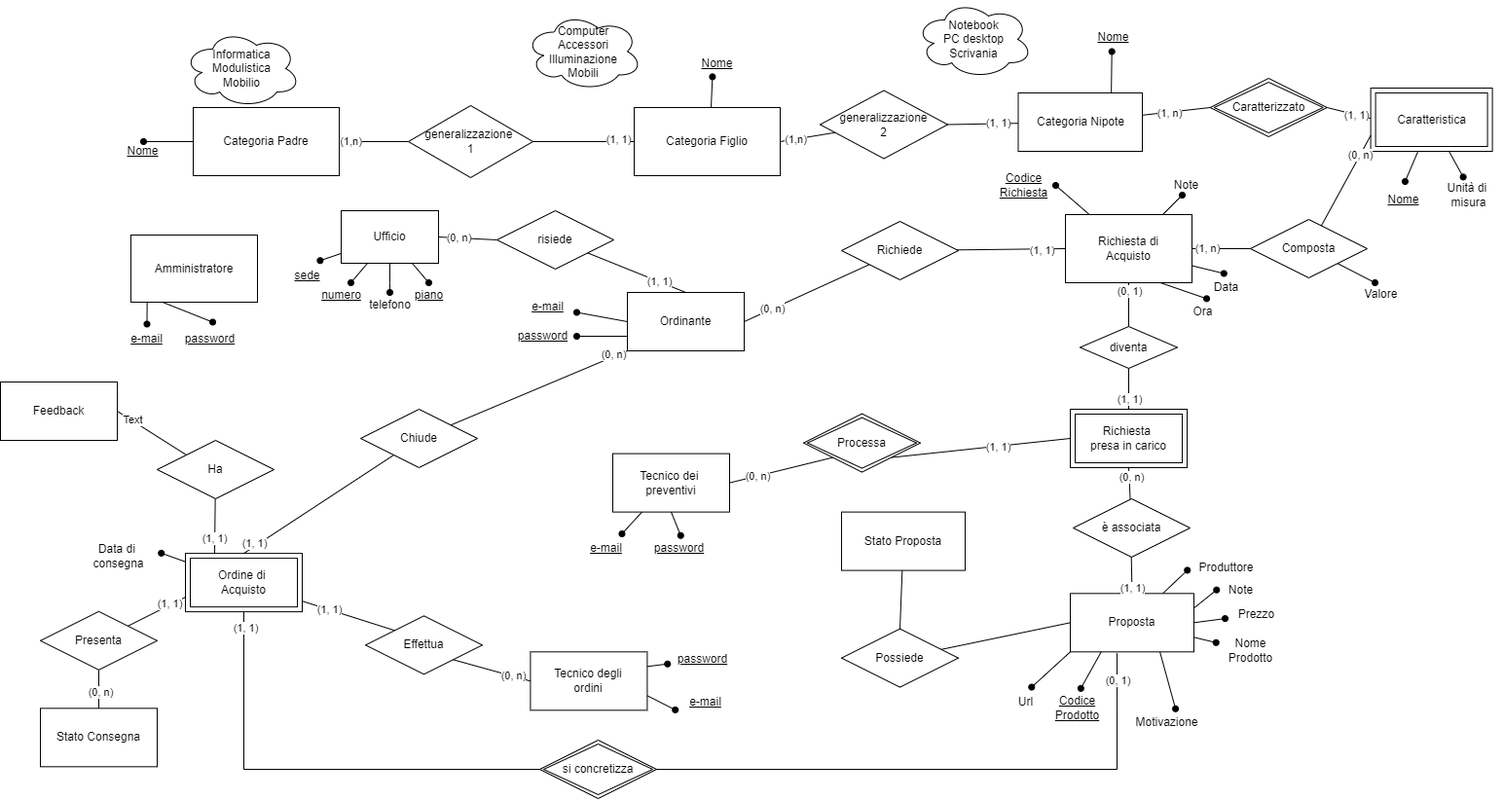
Above: docs/ERR_WE.drawio.png in Mik1810/web_engineering (draw.io), before the change. Source tidied: cells renumbered, new cells last; positions are measured from the earlier drawing's top-left corner, leaving out a move shared by most shapes.
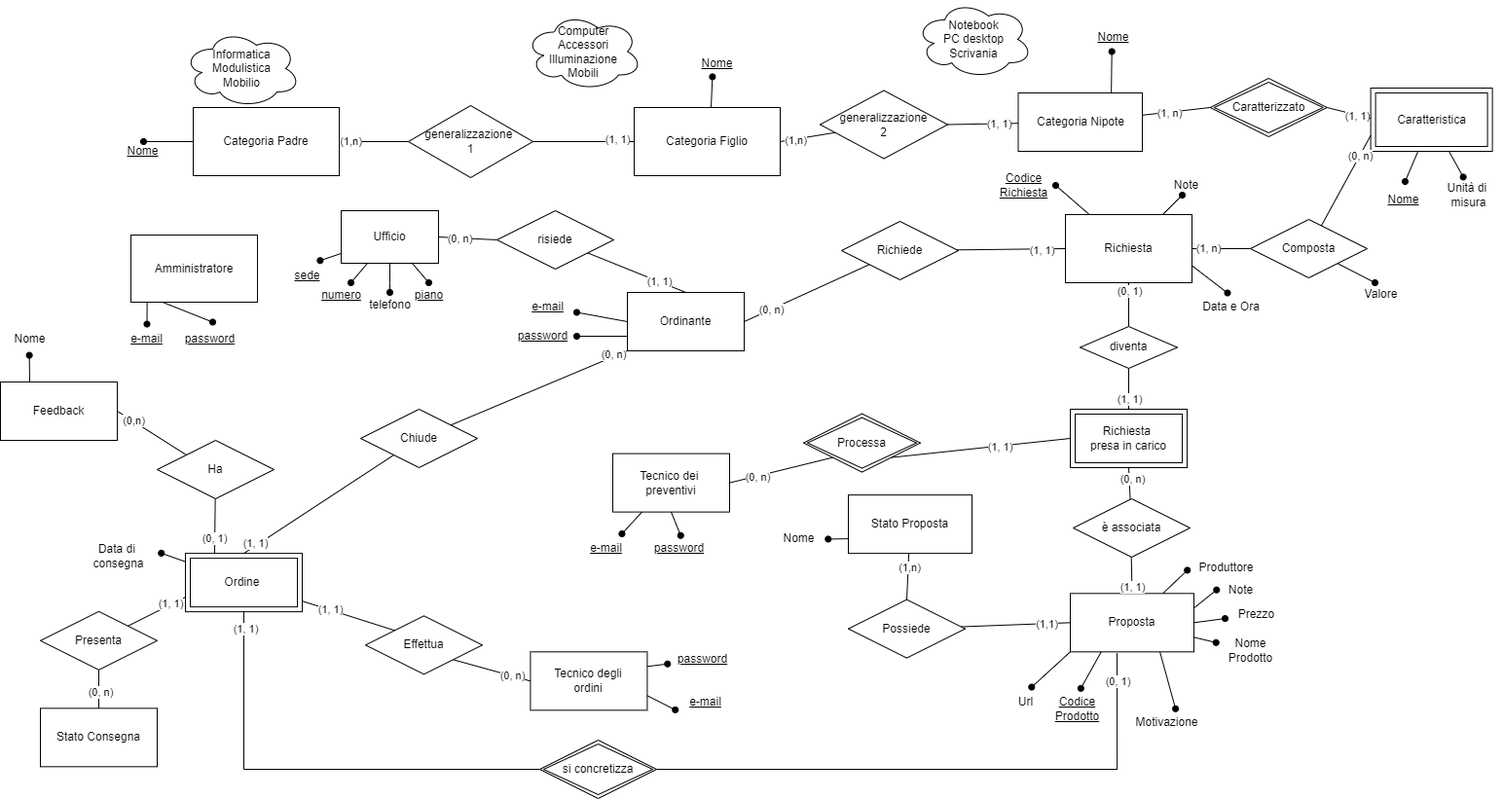
Later version of the same file.

Commit message:
revisione documentazione e diagrammi relazionali

What changed in the source:
```diff
@@ -30,7 +30,7 @@
         <mxPoint x="1084" y="190" as="targetPoint" />
       </mxGeometry>
     </mxCell>
-    <mxCell id="10" value="Richiesta di &lt;br&gt;Acquisto" style="rounded=0;whiteSpace=wrap;html=1;" parent="1" vertex="1">
+    <mxCell id="10" value="Richiesta" style="rounded=0;whiteSpace=wrap;html=1;" parent="1" vertex="1">
       <mxGeometry x="1094" y="220" width="130" height="70" as="geometry" />
     </mxCell>
     <mxCell id="11" value="Informatica&lt;div&gt;Modulistica&lt;/div&gt;&lt;div&gt;Mobilio&lt;/div&gt;" style="ellipse;shape=cloud;whiteSpace=wrap;html=1;" parent="1" vertex="1">
@@ -199,9 +199,6 @@
     <mxCell id="62" style="rounded=0;jettySize=auto;html=1;endArrow=oval;endFill=1;entryX=0.456;entryY=0.017;entryDx=0;entryDy=0;entryPerimeter=0;exitX=1;exitY=0.75;exitDx=0;exitDy=0;" parent="1" edge="1" source="10" target="97">
       <mxGeometry relative="1" as="geometry" />
     </mxCell>
-    <mxCell id="63" style="rounded=0;jettySize=auto;html=1;endArrow=oval;endFill=1;exitX=0.75;exitY=1;exitDx=0;exitDy=0;entryX=0.602;entryY=0.046;entryDx=0;entryDy=0;entryPerimeter=0;" parent="1" edge="1" source="10" target="98">
-      <mxGeometry relative="1" as="geometry" />
-    </mxCell>
     <mxCell id="64" value="Richiesta&amp;nbsp;&lt;div&gt;presa in carico&lt;/div&gt;" style="shape=ext;margin=3;double=1;whiteSpace=wrap;html=1;align=center;" parent="1" vertex="1">
       <mxGeometry x="1099" y="420" width="120" height="60" as="geometry" />
     </mxCell>
@@ -253,7 +250,7 @@
     <mxCell id="80" style="rounded=0;jettySize=auto;html=1;endArrow=oval;endFill=1;entryX=1.053;entryY=0.432;entryDx=0;entryDy=0;entryPerimeter=0;" parent="1" edge="1" source="81" target="100">
       <mxGeometry relative="1" as="geometry" />
     </mxCell>
-    <mxCell id="81" value="Ordine di&amp;nbsp;&lt;br&gt;Acquisto" style="shape=ext;margin=3;double=1;whiteSpace=wrap;html=1;align=center;" parent="1" vertex="1">
+    <mxCell id="81" value="Ordine&amp;nbsp;" style="shape=ext;margin=3;double=1;whiteSpace=wrap;html=1;align=center;" parent="1" vertex="1">
       <mxGeometry x="190" y="568.1" width="120" height="60" as="geometry" />
     </mxCell>
     <mxCell id="82" style="rounded=0;jettySize=auto;html=1;entryX=0;entryY=0.5;entryDx=0;entryDy=0;endArrow=none;endFill=0;exitX=1;exitY=1;exitDx=0;exitDy=0;" parent="1" edge="1" source="84" target="72">
@@ -309,12 +306,9 @@
     <mxCell id="96" value="Processa" style="shape=rhombus;double=1;perimeter=rhombusPerimeter;whiteSpace=wrap;html=1;align=center;" parent="1" vertex="1">
       <mxGeometry x="825" y="424.6" width="120" height="60" as="geometry" />
     </mxCell>
-    <mxCell id="97" value="Data" style="text;html=1;align=center;verticalAlign=middle;points=[];strokeColor=none;fillColor=none;" parent="1" vertex="1">
-      <mxGeometry x="1234" y="280" width="50" height="30" as="geometry" />
+    <mxCell id="97" value="Data e Ora" style="text;html=1;align=center;verticalAlign=middle;points=[];strokeColor=none;fillColor=none;" parent="1" vertex="1">
+      <mxGeometry x="1224" y="300" width="80" height="30" as="geometry" />
     </mxCell>
-    <mxCell id="98" value="Ora" style="text;html=1;align=center;verticalAlign=middle;points=[];strokeColor=none;fillColor=none;" parent="1" vertex="1">
-      <mxGeometry x="1215" y="305" width="40" height="30" as="geometry" />
-    </mxCell>
     <mxCell id="99" value="Notebook&lt;br&gt;PC desktop&lt;div&gt;Scrivania&lt;/div&gt;" style="ellipse;shape=cloud;whiteSpace=wrap;html=1;" parent="1" vertex="1">
       <mxGeometry x="940" width="120" height="80" as="geometry" />
     </mxCell>
@@ -443,7 +437,7 @@
     <mxCell id="138" style="rounded=0;jettySize=auto;html=1;entryX=0;entryY=0;entryDx=0;entryDy=0;endArrow=none;endFill=0;exitX=1;exitY=0.5;exitDx=0;exitDy=0;" parent="1" edge="1" source="140" target="143">
       <mxGeometry relative="1" as="geometry" />
     </mxCell>
-    <mxCell id="139" value="Text" style="edgeLabel;html=1;align=center;verticalAlign=middle;" parent="138" vertex="1">
+    <mxCell id="139" value="(0,n)" style="edgeLabel;html=1;align=center;verticalAlign=middle;" parent="138" vertex="1">
       <mxGeometry x="-0.59" y="1" relative="1" as="geometry" />
     </mxCell>
     <mxCell id="140" value="Feedback" style="rounded=0;whiteSpace=wrap;html=1;" parent="1" vertex="1">
@@ -452,7 +446,7 @@
     <mxCell id="141" style="rounded=0;jettySize=auto;html=1;entryX=0.25;entryY=0;entryDx=0;entryDy=0;endArrow=none;endFill=0;" parent="1" edge="1" source="143" target="81">
       <mxGeometry relative="1" as="geometry" />
     </mxCell>
-    <mxCell id="142" value="(1, 1)" style="edgeLabel;html=1;align=center;verticalAlign=middle;" parent="141" vertex="1">
+    <mxCell id="142" value="(0, 1)" style="edgeLabel;html=1;align=center;verticalAlign=middle;" parent="141" vertex="1">
       <mxGeometry x="0.41" y="-1" relative="1" as="geometry" />
     </mxCell>
     <mxCell id="143" value="Ha" style="shape=rhombus;perimeter=rhombusPerimeter;whiteSpace=wrap;html=1;align=center;" parent="1" vertex="1">
@@ -479,14 +473,32 @@
     <mxCell id="150" style="rounded=0;jettySize=auto;html=1;entryX=0.5;entryY=0;entryDx=0;entryDy=0;endArrow=none;endFill=0;" parent="1" edge="1" source="151" target="153">
       <mxGeometry relative="1" as="geometry" />
     </mxCell>
+    <mxCell id="154" value="(1,n)" style="edgeLabel;html=1;align=center;verticalAlign=middle;" parent="150" vertex="1">
+      <mxGeometry x="-0.47" relative="1" as="geometry" />
+    </mxCell>
     <mxCell id="151" value="Stato Proposta" style="rounded=0;whiteSpace=wrap;html=1;" parent="1" vertex="1">
-      <mxGeometry x="864" y="525.6" width="127" height="60" as="geometry" />
+      <mxGeometry x="871" y="508.1" width="127" height="60" as="geometry" />
     </mxCell>
     <mxCell id="152" style="rounded=0;jettySize=auto;html=1;entryX=0;entryY=0.5;entryDx=0;entryDy=0;endArrow=none;endFill=0;" parent="1" edge="1" source="153" target="32">
       <mxGeometry relative="1" as="geometry" />
     </mxCell>
+    <mxCell id="155" value="(1,1)" style="edgeLabel;html=1;align=center;verticalAlign=middle;" parent="152" vertex="1">
+      <mxGeometry x="0.55" relative="1" as="geometry" />
+    </mxCell>
     <mxCell id="153" value="Possiede" style="shape=rhombus;perimeter=rhombusPerimeter;whiteSpace=wrap;html=1;align=center;" parent="1" vertex="1">
-      <mxGeometry x="864" y="645.6" width="120" height="60" as="geometry" />
+      <mxGeometry x="871" y="615.6" width="120" height="60" as="geometry" />
     </mxCell>
+    <mxCell id="156" value="Nome" style="text;html=1;align=center;verticalAlign=middle;points=[];strokeColor=none;fillColor=none;" parent="1" vertex="1">
+      <mxGeometry y="332.5" width="60" height="30" as="geometry" />
+    </mxCell>
+    <mxCell id="157" style="rounded=0;jettySize=auto;html=1;endArrow=oval;endFill=1;exitX=0.25;exitY=0;exitDx=0;exitDy=0;entryX=0.494;entryY=1.069;entryDx=0;entryDy=0;entryPerimeter=0;" parent="1" edge="1" source="140" target="156">
+      <mxGeometry relative="1" as="geometry" />
+    </mxCell>
+    <mxCell id="158" value="Nome" style="text;html=1;align=center;verticalAlign=middle;points=[];strokeColor=none;fillColor=none;" parent="1" vertex="1">
+      <mxGeometry x="790" y="538.1" width="60" height="30" as="geometry" />
+    </mxCell>
+    <mxCell id="159" style="rounded=0;jettySize=auto;html=1;endArrow=oval;endFill=1;exitX=0;exitY=0.75;exitDx=0;exitDy=0;entryX=1.005;entryY=0.511;entryDx=0;entryDy=0;entryPerimeter=0;" parent="1" edge="1" source="151" target="158">
+      <mxGeometry relative="1" as="geometry" />
+    </mxCell>
   </root>
 </mxGraphModel>
```
